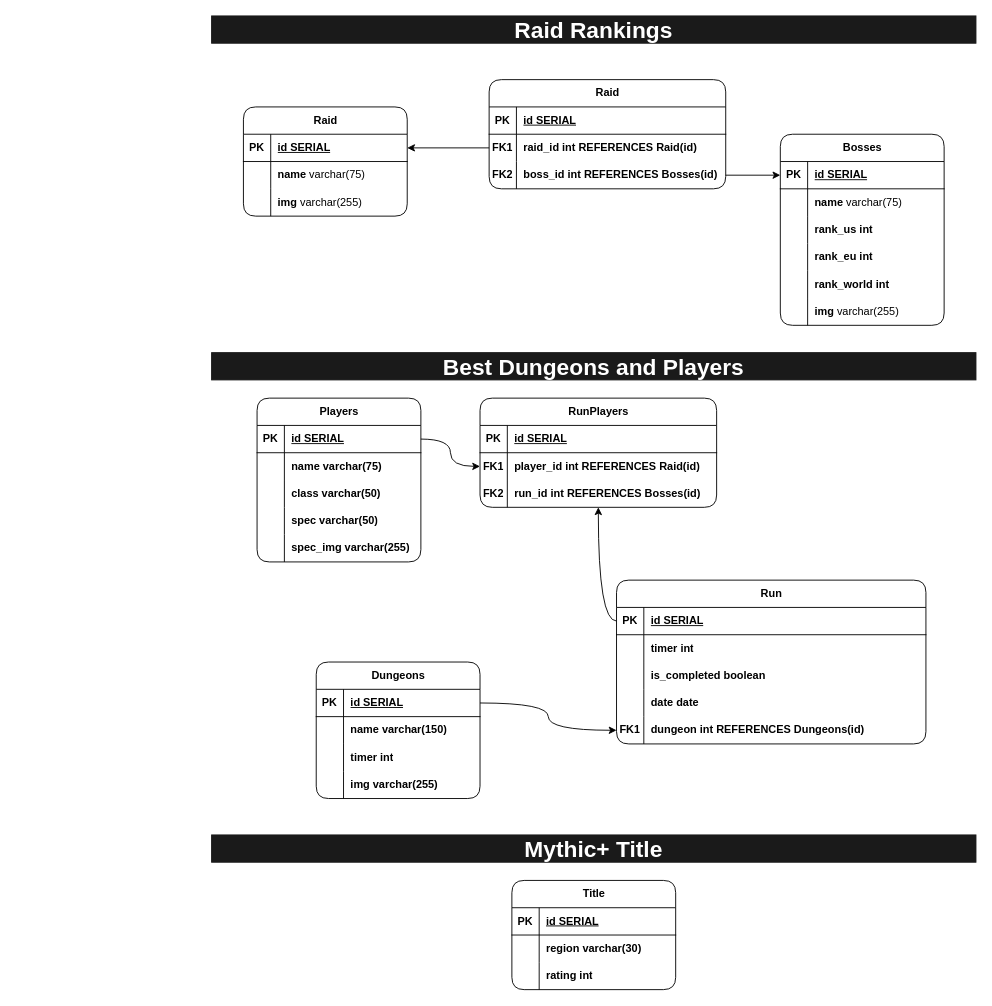
Earlier version of the draw.io diagram page "entities-relationship" (2 of 2) of assets/diagrams.drawio (equix1/wow-info). Source tidied: cells renumbered, new cells numbered last; positions are measured from the earlier drawing's top-left corner, leaving out a move shared by most shapes. Both pictures are drawn from the tidied source at 91%, with x=0, y=0 at pixel (211, 15).
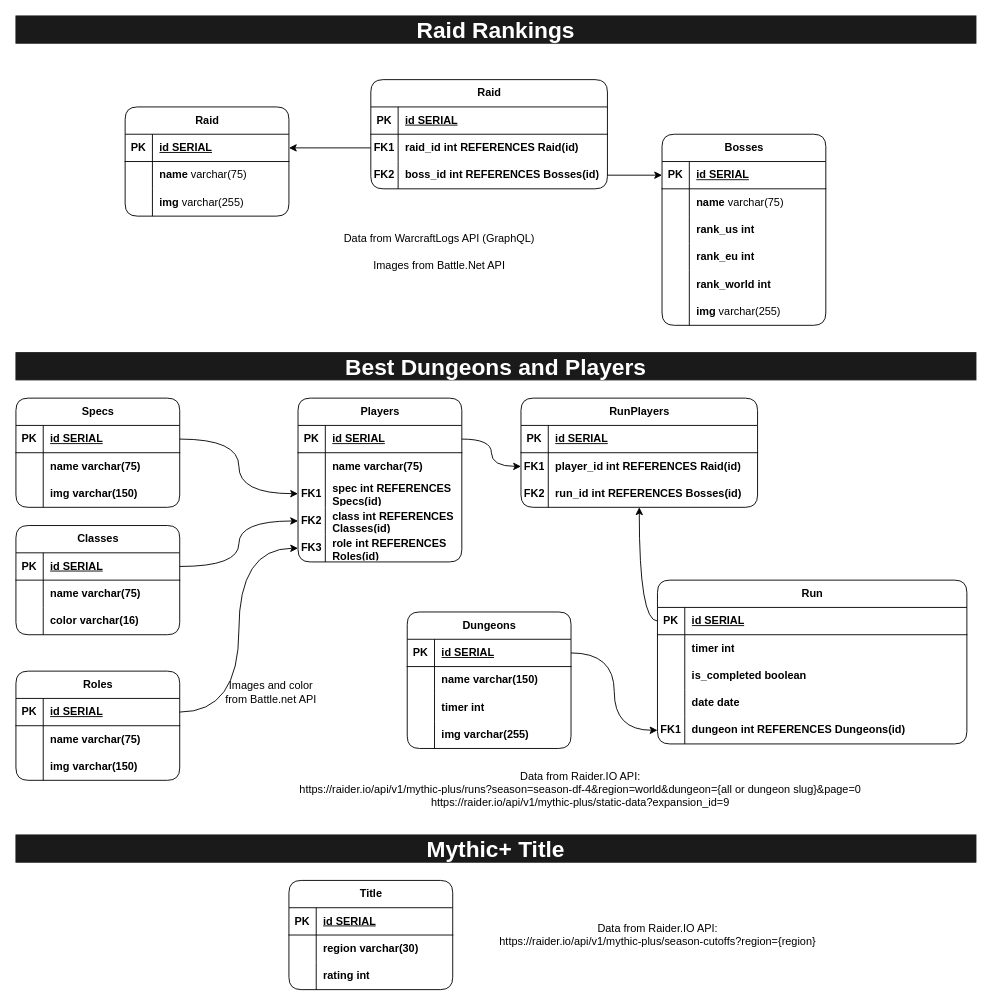
The same diagram, later.

Unchanged cells that the change refers to:
```xml
<mxCell id="82" style="shape=tableRow;horizontal=0;startSize=0;swimlaneHead=0;swimlaneBody=0;fillColor=none;points=[[0,0.5],[1,0.5]];portConstraint=eastwest;top=0;left=0;right=0;bottom=0;" parent="69" vertex="1">
  <mxGeometry y="150" width="180" height="30" as="geometry" />
</mxCell>
```

Change to the diagram source:
```diff
@@
     <mxCell id="2" value="Raid" style="shape=table;startSize=30;childLayout=tableLayout;rowLines=0;fontStyle=1;align=center;html=1;rounded=1;" parent="1" vertex="1">
-      <mxGeometry x="35" y="100" width="180" height="120" as="geometry" />
+      <mxGeometry x="-95" y="100" width="180" height="120" as="geometry" />
     </mxCell>
@@
     <mxCell id="12" value="Bosses" style="shape=table;startSize=30;childLayout=tableLayout;rowLines=0;fontStyle=1;align=center;html=1;rounded=1;" parent="1" vertex="1">
-      <mxGeometry x="625" y="130" width="180" height="210" as="geometry" />
+      <mxGeometry x="495" y="130" width="180" height="210" as="geometry" />
     </mxCell>
@@
     <mxCell id="31" value="Raid" style="shape=table;startSize=30;childLayout=tableLayout;rowLines=0;fontStyle=1;align=center;html=1;rounded=1;" parent="1" vertex="1">
-      <mxGeometry x="305" y="70" width="260" height="120" as="geometry" />
+      <mxGeometry x="175" y="70" width="260" height="120" as="geometry" />
     </mxCell>
@@
     <mxCell id="43" value="Title" style="shape=table;startSize=30;childLayout=tableLayout;rowLines=0;fontStyle=1;align=center;html=1;rounded=1;" parent="1" vertex="1">
-      <mxGeometry x="330" y="950" width="180" height="120" as="geometry" />
+      <mxGeometry x="85" y="950" width="180" height="120" as="geometry" />
     </mxCell>
@@
     <mxCell id="53" value="Run" style="shape=table;startSize=30;childLayout=tableLayout;rowLines=0;fontStyle=1;align=center;html=1;rounded=1;" parent="1" vertex="1">
-      <mxGeometry x="445" y="620" width="340" height="180" as="geometry" />
+      <mxGeometry x="490" y="620" width="340" height="180" as="geometry" />
     </mxCell>
@@
     <mxCell id="69" value="Players" style="shape=table;startSize=30;childLayout=tableLayout;rowLines=0;fontStyle=1;align=center;html=1;rounded=1;" parent="1" vertex="1">
-      <mxGeometry x="50" y="420" width="180" height="180" as="geometry" />
+      <mxGeometry x="95" y="420" width="180" height="180" as="geometry" />
     </mxCell>
@@
-    <mxCell id="76" style="shape=tableRow;horizontal=0;startSize=0;swimlaneHead=0;swimlaneBody=0;fillColor=none;top=0;left=0;right=0;bottom=0;" parent="69" vertex="1">
-      <mxGeometry y="90" width="180" height="30" as="geometry" />
-    </mxCell>
-    <mxCell id="77" style="shape=partialRectangle;fillColor=none;top=0;left=0;bottom=0;right=0;overflow=hidden;whiteSpace=wrap;html=1;" parent="76" vertex="1">
-      <mxGeometry width="30" height="30" as="geometry" />
-    </mxCell>
-    <mxCell id="78" value="class varchar(50)" style="shape=partialRectangle;fillColor=none;top=0;left=0;bottom=0;right=0;align=left;spacingLeft=6;overflow=hidden;whiteSpace=wrap;html=1;fontStyle=1;" parent="76" vertex="1">
-      <mxGeometry x="30" width="150" height="30" as="geometry" />
-    </mxCell>
     <mxCell id="79" style="shape=tableRow;horizontal=0;startSize=0;swimlaneHead=0;swimlaneBody=0;fillColor=none;points=[[0,0.5],[1,0.5]];portConstraint=eastwest;top=0;left=0;right=0;bottom=0;" parent="69" vertex="1">
-      <mxGeometry y="120" width="180" height="30" as="geometry" />
+      <mxGeometry y="90" width="180" height="30" as="geometry" />
     </mxCell>
-    <mxCell id="80" style="shape=partialRectangle;fillColor=none;top=0;left=0;bottom=0;right=0;overflow=hidden;whiteSpace=wrap;html=1;" parent="79" vertex="1">
+    <mxCell id="80" value="FK1" style="shape=partialRectangle;fillColor=none;top=0;left=0;bottom=0;right=0;overflow=hidden;whiteSpace=wrap;html=1;fontStyle=1;" parent="79" vertex="1">
       <mxGeometry width="30" height="30" as="geometry" />
     </mxCell>
-    <mxCell id="81" value="spec varchar(50)" style="shape=partialRectangle;fillColor=none;top=0;left=0;bottom=0;right=0;align=left;spacingLeft=6;overflow=hidden;whiteSpace=wrap;html=1;fontStyle=1;" parent="79" vertex="1">
+    <mxCell id="81" value="spec int REFERENCES Specs(id)" style="shape=partialRectangle;fillColor=none;top=0;left=0;bottom=0;right=0;align=left;spacingLeft=6;overflow=hidden;whiteSpace=wrap;html=1;fontStyle=1;" parent="79" vertex="1">
       <mxGeometry x="30" width="150" height="30" as="geometry" />
     </mxCell>
+    <mxCell id="114" style="shape=tableRow;horizontal=0;startSize=0;swimlaneHead=0;swimlaneBody=0;fillColor=none;points=[[0,0.5],[1,0.5]];portConstraint=eastwest;top=0;left=0;right=0;bottom=0;" parent="69" vertex="1">
+      <mxGeometry y="120" width="180" height="30" as="geometry" />
+    </mxCell>
+    <mxCell id="115" value="FK2" style="shape=partialRectangle;fillColor=none;top=0;left=0;bottom=0;right=0;overflow=hidden;whiteSpace=wrap;html=1;fontStyle=1;" parent="114" vertex="1">
+      <mxGeometry width="30" height="30" as="geometry" />
+    </mxCell>
+    <mxCell id="116" value="class int REFERENCES Classes(id)" style="shape=partialRectangle;fillColor=none;top=0;left=0;bottom=0;right=0;align=left;spacingLeft=6;overflow=hidden;whiteSpace=wrap;html=1;fontStyle=1;" parent="114" vertex="1">
+      <mxGeometry x="30" width="150" height="30" as="geometry" />
+    </mxCell>
@@
-    <mxCell id="83" style="shape=partialRectangle;fillColor=none;top=0;left=0;bottom=0;right=0;overflow=hidden;whiteSpace=wrap;html=1;" parent="82" vertex="1">
-      <mxGeometry width="30" height="30" as="geometry" />
-    </mxCell>
-    <mxCell id="84" value="spec_img &lt;span style=&quot;&quot;&gt;varchar(255)&lt;/span&gt;" style="shape=partialRectangle;fillColor=none;top=0;left=0;bottom=0;right=0;align=left;spacingLeft=6;overflow=hidden;whiteSpace=wrap;html=1;fontStyle=1;" parent="82" vertex="1">
-      <mxGeometry x="30" width="150" height="30" as="geometry" />
-    </mxCell>
+    <mxCell id="117" value="FK3" style="shape=partialRectangle;fillColor=none;top=0;left=0;bottom=0;right=0;overflow=hidden;whiteSpace=wrap;html=1;fontStyle=1;" parent="82" vertex="1">
+      <mxGeometry width="30" height="30" as="geometry" />
+    </mxCell>
+    <mxCell id="118" value="role int REFERENCES Roles(id)" style="shape=partialRectangle;fillColor=none;top=0;left=0;bottom=0;right=0;align=left;spacingLeft=6;overflow=hidden;whiteSpace=wrap;html=1;fontStyle=1;" parent="82" vertex="1">
+      <mxGeometry x="30" width="150" height="30" as="geometry" />
+    </mxCell>
     <mxCell id="85" value="RunPlayers" style="shape=table;startSize=30;childLayout=tableLayout;rowLines=0;fontStyle=1;align=center;html=1;rounded=1;" parent="1" vertex="1">
-      <mxGeometry x="295" y="420" width="260" height="120" as="geometry" />
+      <mxGeometry x="340" y="420" width="260" height="120" as="geometry" />
     </mxCell>
@@
     <mxCell id="95" value="Dungeons" style="shape=table;startSize=30;childLayout=tableLayout;rowLines=0;fontStyle=1;align=center;html=1;rounded=1;" parent="1" vertex="1">
-      <mxGeometry x="115" y="710" width="180" height="150" as="geometry" />
+      <mxGeometry x="215" y="655" width="180" height="150" as="geometry" />
     </mxCell>
@@
     <mxCell id="108" value="Best Dungeons and Players" style="whiteSpace=wrap;html=1;shadow=0;dashed=0;fontSize=25;align=center;fillColor=#1A1A1A;strokeColor=#1A1A1A;fontColor=#FFFFFF;fontStyle=1;" parent="1" vertex="1">
-      <mxGeometry y="370" width="840" height="30" as="geometry" />
+      <mxGeometry x="-215" y="370" width="1055" height="30" as="geometry" />
     </mxCell>
     <mxCell id="109" value="Raid Rankings" style="whiteSpace=wrap;html=1;shadow=0;dashed=0;fontSize=25;align=center;fillColor=#1A1A1A;strokeColor=#1A1A1A;fontColor=#FFFFFF;fontStyle=1;" parent="1" vertex="1">
-      <mxGeometry width="840" height="30" as="geometry" />
+      <mxGeometry x="-215" width="1055" height="30" as="geometry" />
     </mxCell>
     <mxCell id="110" value="Mythic+ Title" style="whiteSpace=wrap;html=1;shadow=0;dashed=0;fontSize=25;align=center;fillColor=#1A1A1A;strokeColor=#1A1A1A;fontColor=#FFFFFF;fontStyle=1;" parent="1" vertex="1">
-      <mxGeometry y="900" width="840" height="30" as="geometry" />
+      <mxGeometry x="-215" y="900" width="1055" height="30" as="geometry" />
     </mxCell>
@@
+    <mxCell id="119" value="Classes" style="shape=table;startSize=30;childLayout=tableLayout;rowLines=0;fontStyle=1;align=center;html=1;rounded=1;" parent="1" vertex="1">
+      <mxGeometry x="-215" y="560" width="180" height="120" as="geometry" />
+    </mxCell>
+    <mxCell id="120" style="shape=tableRow;horizontal=0;startSize=0;swimlaneHead=0;swimlaneBody=0;fillColor=none;points=[[0,0.5],[1,0.5]];portConstraint=eastwest;top=0;left=0;right=0;bottom=1;" parent="119" vertex="1">
+      <mxGeometry y="30" width="180" height="30" as="geometry" />
+    </mxCell>
+    <mxCell id="121" value="PK" style="shape=partialRectangle;fillColor=none;top=0;left=0;bottom=0;right=0;fontStyle=1;overflow=hidden;whiteSpace=wrap;html=1;" parent="120" vertex="1">
+      <mxGeometry width="30" height="30" as="geometry" />
+    </mxCell>
+    <mxCell id="122" value="id SERIAL" style="shape=partialRectangle;fillColor=none;top=0;left=0;bottom=0;right=0;align=left;spacingLeft=6;fontStyle=5;overflow=hidden;whiteSpace=wrap;html=1;" parent="120" vertex="1">
+      <mxGeometry x="30" width="150" height="30" as="geometry" />
+    </mxCell>
+    <mxCell id="123" style="shape=tableRow;horizontal=0;startSize=0;swimlaneHead=0;swimlaneBody=0;fillColor=none;top=0;left=0;right=0;bottom=0;" parent="119" vertex="1">
+      <mxGeometry y="60" width="180" height="30" as="geometry" />
+    </mxCell>
+    <mxCell id="124" style="shape=partialRectangle;fillColor=none;top=0;left=0;bottom=0;right=0;overflow=hidden;whiteSpace=wrap;html=1;" parent="123" vertex="1">
+      <mxGeometry width="30" height="30" as="geometry" />
+    </mxCell>
+    <mxCell id="125" value="name &lt;span style=&quot;&quot;&gt;varchar(75)&amp;nbsp;&lt;/span&gt;" style="shape=partialRectangle;fillColor=none;top=0;left=0;bottom=0;right=0;align=left;spacingLeft=6;overflow=hidden;whiteSpace=wrap;html=1;fontStyle=1;" parent="123" vertex="1">
+      <mxGeometry x="30" width="150" height="30" as="geometry" />
+    </mxCell>
+    <mxCell id="126" style="shape=tableRow;horizontal=0;startSize=0;swimlaneHead=0;swimlaneBody=0;fillColor=none;top=0;left=0;right=0;bottom=0;" parent="119" vertex="1">
+      <mxGeometry y="90" width="180" height="30" as="geometry" />
+    </mxCell>
+    <mxCell id="127" style="shape=partialRectangle;fillColor=none;top=0;left=0;bottom=0;right=0;overflow=hidden;whiteSpace=wrap;html=1;" parent="126" vertex="1">
+      <mxGeometry width="30" height="30" as="geometry" />
+    </mxCell>
+    <mxCell id="128" value="color&amp;nbsp;&lt;span style=&quot;&quot;&gt;varchar(16)&lt;/span&gt;" style="shape=partialRectangle;fillColor=none;top=0;left=0;bottom=0;right=0;align=left;spacingLeft=6;overflow=hidden;whiteSpace=wrap;html=1;fontStyle=1;" parent="126" vertex="1">
+      <mxGeometry x="30" width="150" height="30" as="geometry" />
+    </mxCell>
+    <mxCell id="129" value="Specs" style="shape=table;startSize=30;childLayout=tableLayout;rowLines=0;fontStyle=1;align=center;html=1;rounded=1;" parent="1" vertex="1">
+      <mxGeometry x="-215" y="420" width="180" height="120" as="geometry" />
+    </mxCell>
+    <mxCell id="130" style="shape=tableRow;horizontal=0;startSize=0;swimlaneHead=0;swimlaneBody=0;fillColor=none;points=[[0,0.5],[1,0.5]];portConstraint=eastwest;top=0;left=0;right=0;bottom=1;" parent="129" vertex="1">
+      <mxGeometry y="30" width="180" height="30" as="geometry" />
+    </mxCell>
+    <mxCell id="131" value="PK" style="shape=partialRectangle;fillColor=none;top=0;left=0;bottom=0;right=0;fontStyle=1;overflow=hidden;whiteSpace=wrap;html=1;" parent="130" vertex="1">
+      <mxGeometry width="30" height="30" as="geometry" />
+    </mxCell>
+    <mxCell id="132" value="id SERIAL" style="shape=partialRectangle;fillColor=none;top=0;left=0;bottom=0;right=0;align=left;spacingLeft=6;fontStyle=5;overflow=hidden;whiteSpace=wrap;html=1;" parent="130" vertex="1">
+      <mxGeometry x="30" width="150" height="30" as="geometry" />
+    </mxCell>
+    <mxCell id="133" style="shape=tableRow;horizontal=0;startSize=0;swimlaneHead=0;swimlaneBody=0;fillColor=none;top=0;left=0;right=0;bottom=0;" parent="129" vertex="1">
+      <mxGeometry y="60" width="180" height="30" as="geometry" />
+    </mxCell>
+    <mxCell id="134" style="shape=partialRectangle;fillColor=none;top=0;left=0;bottom=0;right=0;overflow=hidden;whiteSpace=wrap;html=1;" parent="133" vertex="1">
+      <mxGeometry width="30" height="30" as="geometry" />
+    </mxCell>
+    <mxCell id="135" value="name &lt;span style=&quot;&quot;&gt;varchar(75)&amp;nbsp;&lt;/span&gt;" style="shape=partialRectangle;fillColor=none;top=0;left=0;bottom=0;right=0;align=left;spacingLeft=6;overflow=hidden;whiteSpace=wrap;html=1;fontStyle=1;" parent="133" vertex="1">
+      <mxGeometry x="30" width="150" height="30" as="geometry" />
+    </mxCell>
+    <mxCell id="136" style="shape=tableRow;horizontal=0;startSize=0;swimlaneHead=0;swimlaneBody=0;fillColor=none;top=0;left=0;right=0;bottom=0;" parent="129" vertex="1">
+      <mxGeometry y="90" width="180" height="30" as="geometry" />
+    </mxCell>
+    <mxCell id="137" style="shape=partialRectangle;fillColor=none;top=0;left=0;bottom=0;right=0;overflow=hidden;whiteSpace=wrap;html=1;" parent="136" vertex="1">
+      <mxGeometry width="30" height="30" as="geometry" />
+    </mxCell>
+    <mxCell id="138" value="img varchar(150)" style="shape=partialRectangle;fillColor=none;top=0;left=0;bottom=0;right=0;align=left;spacingLeft=6;overflow=hidden;whiteSpace=wrap;html=1;fontStyle=1;" parent="136" vertex="1">
+      <mxGeometry x="30" width="150" height="30" as="geometry" />
+    </mxCell>
+    <mxCell id="139" style="edgeStyle=orthogonalEdgeStyle;rounded=0;jettySize=auto;html=1;exitX=1;exitY=0.5;exitDx=0;exitDy=0;entryX=0;entryY=0.5;entryDx=0;entryDy=0;curved=1;" parent="1" edge="1" source="130" target="79">
+      <mxGeometry relative="1" as="geometry" />
+    </mxCell>
+    <mxCell id="140" style="edgeStyle=orthogonalEdgeStyle;rounded=0;jettySize=auto;html=1;exitX=1;exitY=0.5;exitDx=0;exitDy=0;entryX=0;entryY=0.5;entryDx=0;entryDy=0;curved=1;" parent="1" edge="1" source="120" target="114">
+      <mxGeometry relative="1" as="geometry" />
+    </mxCell>
+    <mxCell id="141" value="Roles" style="shape=table;startSize=30;childLayout=tableLayout;rowLines=0;fontStyle=1;align=center;html=1;rounded=1;" parent="1" vertex="1">
+      <mxGeometry x="-215" y="720" width="180" height="120" as="geometry" />
+    </mxCell>
+    <mxCell id="142" style="shape=tableRow;horizontal=0;startSize=0;swimlaneHead=0;swimlaneBody=0;fillColor=none;points=[[0,0.5],[1,0.5]];portConstraint=eastwest;top=0;left=0;right=0;bottom=1;" parent="141" vertex="1">
+      <mxGeometry y="30" width="180" height="30" as="geometry" />
+    </mxCell>
+    <mxCell id="143" value="PK" style="shape=partialRectangle;fillColor=none;top=0;left=0;bottom=0;right=0;fontStyle=1;overflow=hidden;whiteSpace=wrap;html=1;" parent="142" vertex="1">
+      <mxGeometry width="30" height="30" as="geometry" />
+    </mxCell>
+    <mxCell id="144" value="id SERIAL" style="shape=partialRectangle;fillColor=none;top=0;left=0;bottom=0;right=0;align=left;spacingLeft=6;fontStyle=5;overflow=hidden;whiteSpace=wrap;html=1;" parent="142" vertex="1">
+      <mxGeometry x="30" width="150" height="30" as="geometry" />
+    </mxCell>
+    <mxCell id="145" style="shape=tableRow;horizontal=0;startSize=0;swimlaneHead=0;swimlaneBody=0;fillColor=none;top=0;left=0;right=0;bottom=0;" parent="141" vertex="1">
+      <mxGeometry y="60" width="180" height="30" as="geometry" />
+    </mxCell>
+    <mxCell id="146" style="shape=partialRectangle;fillColor=none;top=0;left=0;bottom=0;right=0;overflow=hidden;whiteSpace=wrap;html=1;" parent="145" vertex="1">
+      <mxGeometry width="30" height="30" as="geometry" />
+    </mxCell>
+    <mxCell id="147" value="name &lt;span style=&quot;&quot;&gt;varchar(75)&amp;nbsp;&lt;/span&gt;" style="shape=partialRectangle;fillColor=none;top=0;left=0;bottom=0;right=0;align=left;spacingLeft=6;overflow=hidden;whiteSpace=wrap;html=1;fontStyle=1;" parent="145" vertex="1">
+      <mxGeometry x="30" width="150" height="30" as="geometry" />
+    </mxCell>
+    <mxCell id="148" style="shape=tableRow;horizontal=0;startSize=0;swimlaneHead=0;swimlaneBody=0;fillColor=none;top=0;left=0;right=0;bottom=0;" parent="141" vertex="1">
+      <mxGeometry y="90" width="180" height="30" as="geometry" />
+    </mxCell>
+    <mxCell id="149" style="shape=partialRectangle;fillColor=none;top=0;left=0;bottom=0;right=0;overflow=hidden;whiteSpace=wrap;html=1;" parent="148" vertex="1">
+      <mxGeometry width="30" height="30" as="geometry" />
+    </mxCell>
+    <mxCell id="150" value="img&amp;nbsp;&lt;span style=&quot;&quot;&gt;varchar(150)&lt;/span&gt;" style="shape=partialRectangle;fillColor=none;top=0;left=0;bottom=0;right=0;align=left;spacingLeft=6;overflow=hidden;whiteSpace=wrap;html=1;fontStyle=1;" parent="148" vertex="1">
+      <mxGeometry x="30" width="150" height="30" as="geometry" />
+    </mxCell>
+    <mxCell id="151" style="edgeStyle=orthogonalEdgeStyle;rounded=0;jettySize=auto;html=1;exitX=1;exitY=0.5;exitDx=0;exitDy=0;entryX=0;entryY=0.5;entryDx=0;entryDy=0;curved=1;" parent="1" edge="1" source="142" target="82">
+      <mxGeometry relative="1" as="geometry" />
+    </mxCell>
+    <mxCell id="152" value="Data from Raider.IO API:&lt;br&gt;https://raider.io/api/v1/mythic-plus/season-cutoffs?region={region}" style="text;html=1;align=center;verticalAlign=middle;strokeColor=none;fillColor=none;" parent="1" vertex="1">
+      <mxGeometry x="305" y="990" width="370" height="40" as="geometry" />
+    </mxCell>
+    <mxCell id="153" value="Data from WarcraftLogs API (GraphQL)" style="text;html=1;align=center;verticalAlign=middle;strokeColor=none;fillColor=none;" parent="1" vertex="1">
+      <mxGeometry x="135" y="230" width="230" height="30" as="geometry" />
+    </mxCell>
+    <mxCell id="154" value="Data from Raider.IO API:&lt;div&gt;https://raider.io/api/v1/mythic-plus/runs?season=season-df-4&amp;amp;region=world&amp;amp;dungeon={all or dungeon slug}&amp;amp;page=0&lt;br&gt;&lt;/div&gt;&lt;div&gt;https://raider.io/api/v1/mythic-plus/static-data?expansion_id=9&lt;br&gt;&lt;/div&gt;" style="text;html=1;align=center;verticalAlign=middle;strokeColor=none;fillColor=none;" parent="1" vertex="1">
+      <mxGeometry x="85" y="820" width="640" height="60" as="geometry" />
+    </mxCell>
+    <mxCell id="155" value="Images from Battle.Net API" style="text;html=1;align=center;verticalAlign=middle;strokeColor=none;fillColor=none;" parent="1" vertex="1">
+      <mxGeometry x="165" y="260" width="170" height="30" as="geometry" />
+    </mxCell>
+    <mxCell id="156" value="Images and color &lt;br&gt;from Battle.net API" style="text;html=1;align=center;verticalAlign=middle;strokeColor=none;fillColor=none;" parent="1" vertex="1">
+      <mxGeometry x="5" y="723" width="120" height="40" as="geometry" />
+    </mxCell>
```
